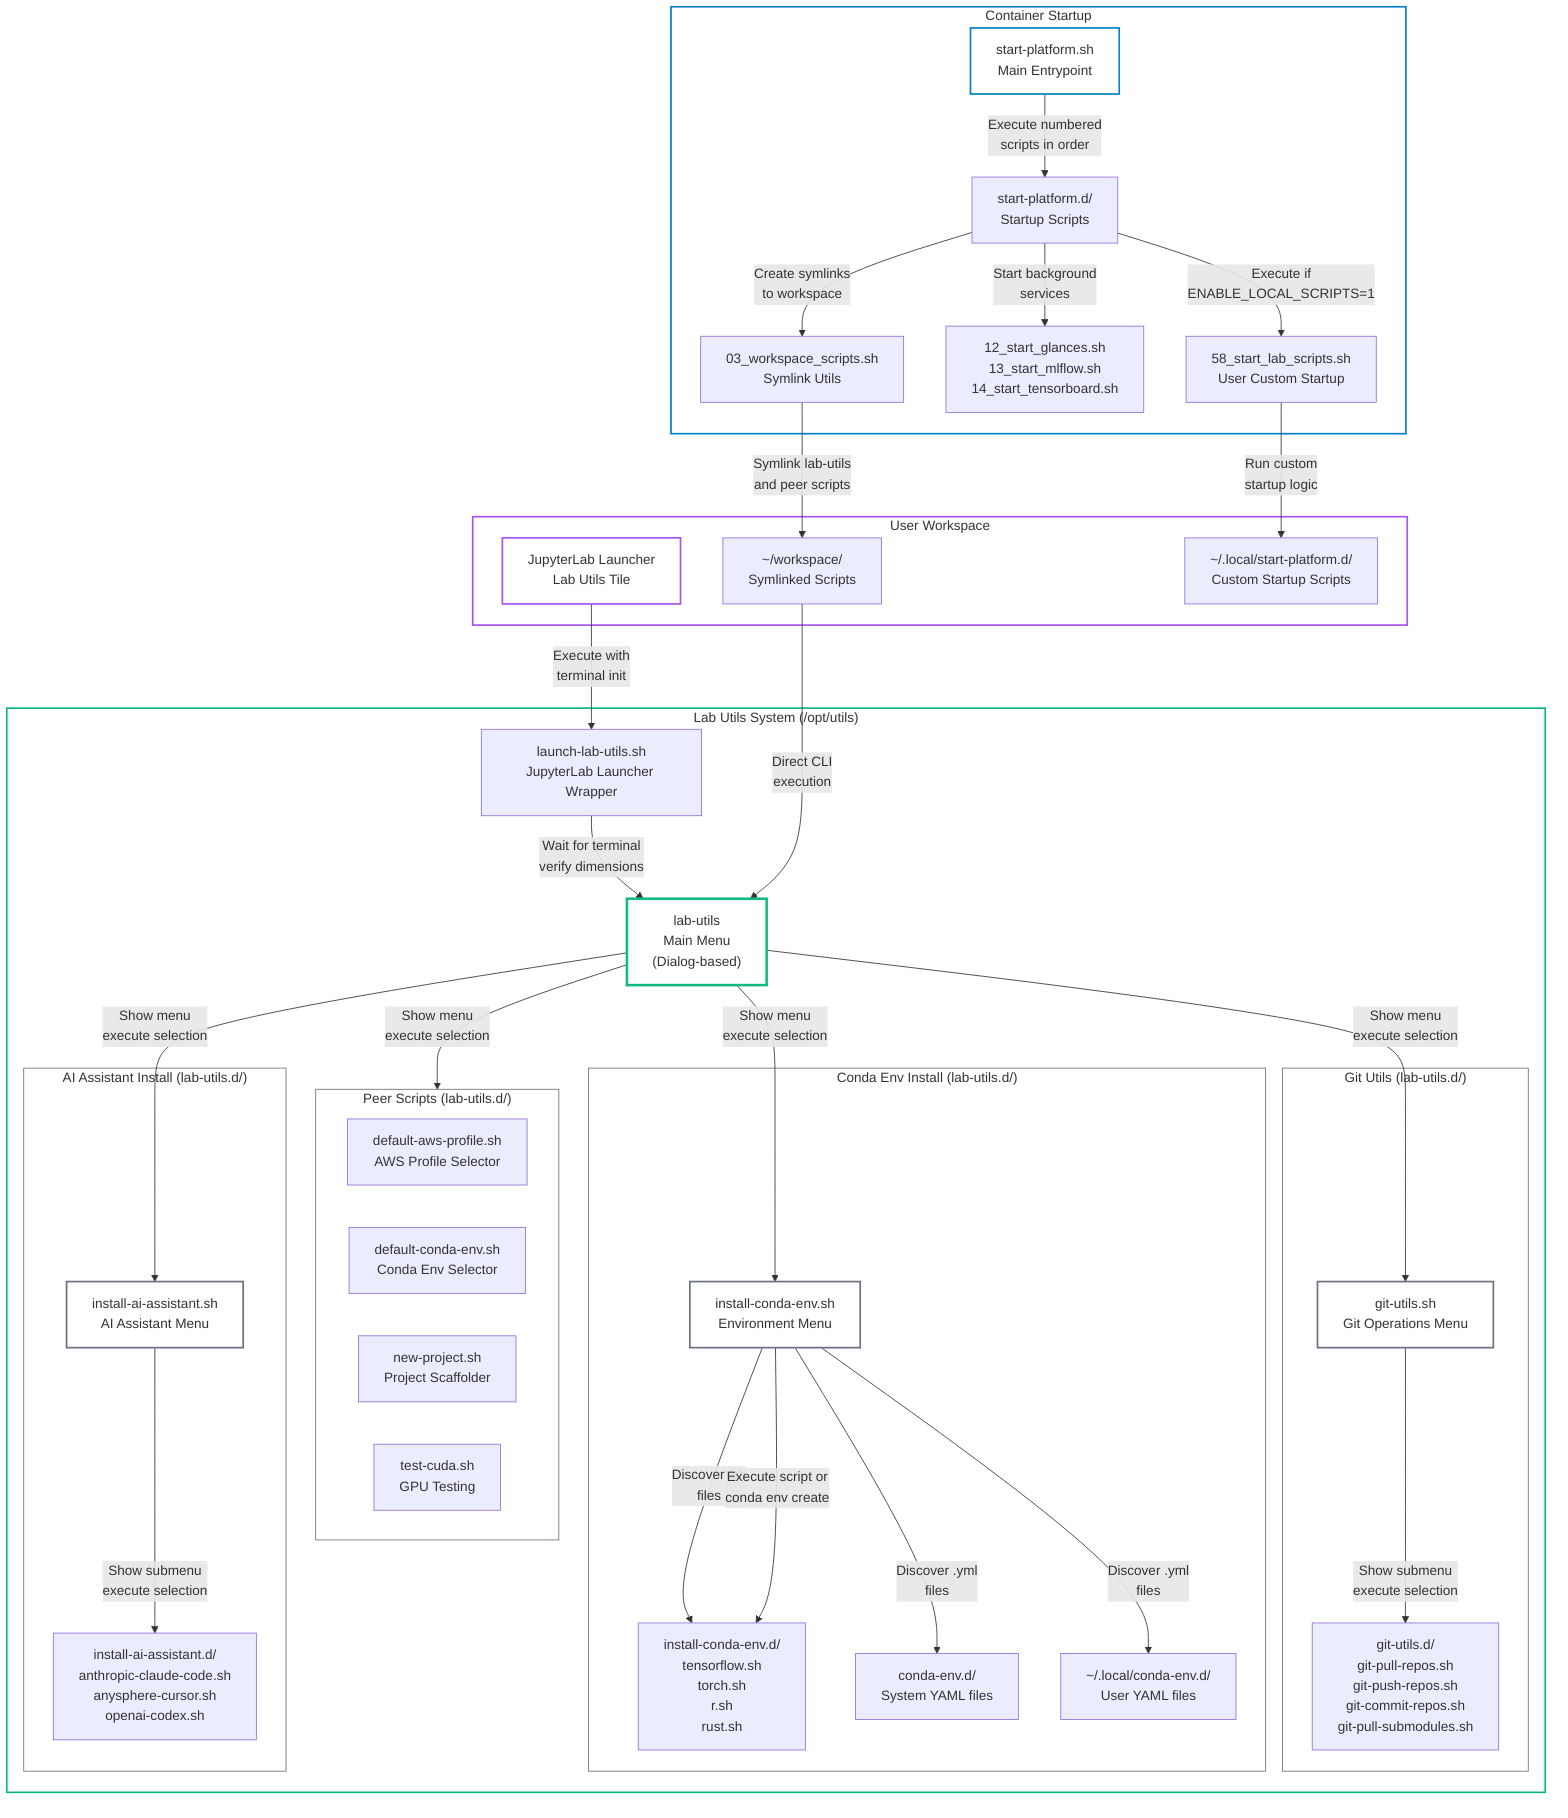
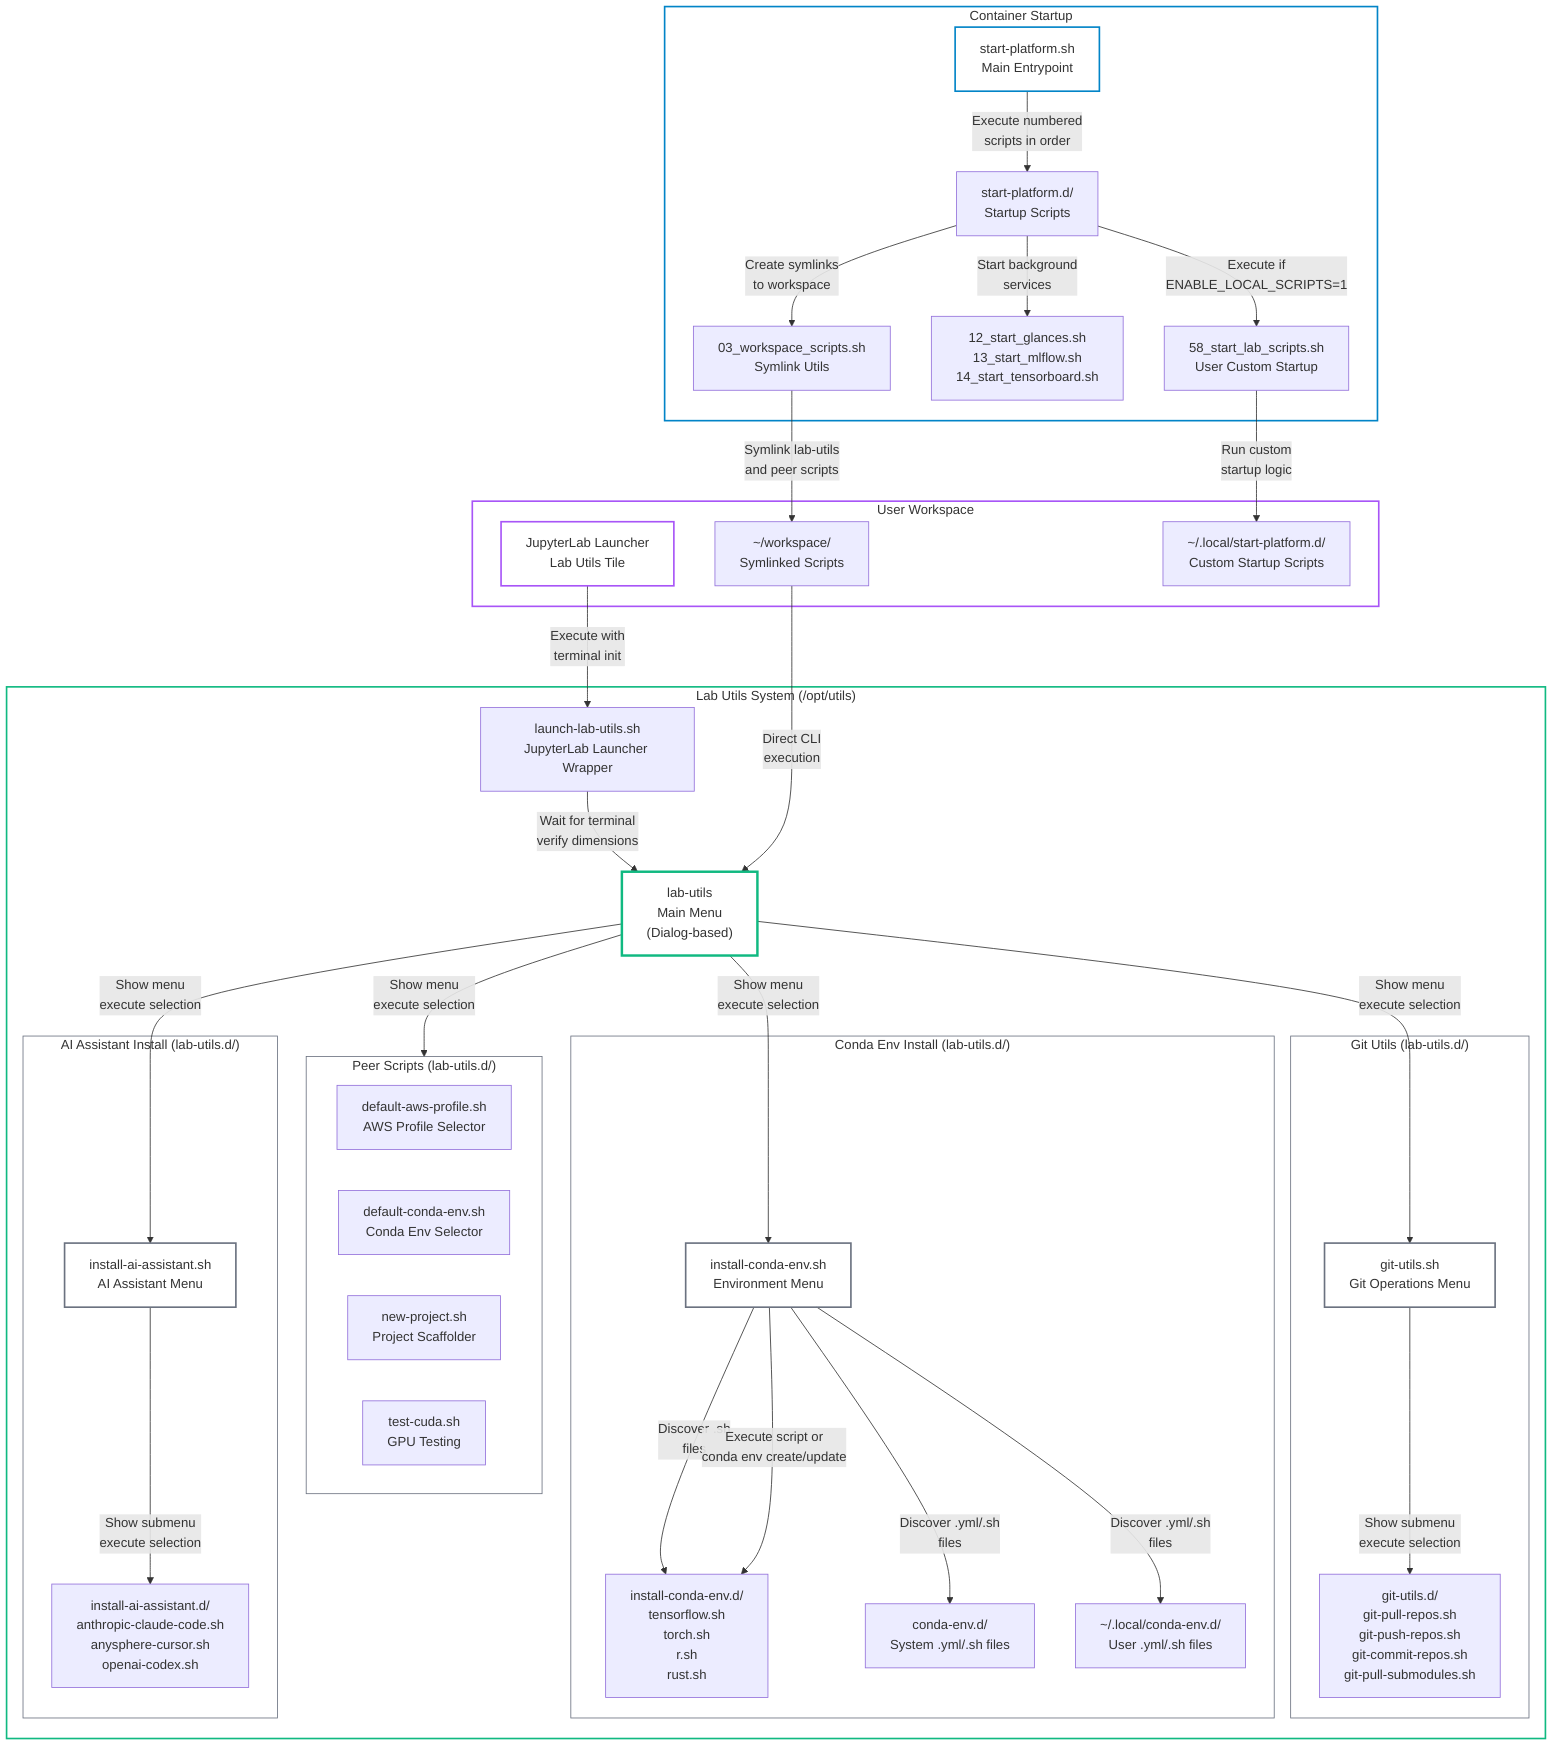
graph TB
    subgraph container["Container Startup"]
        start["start-platform.sh<br/>Main Entrypoint"]
        startup_scripts["start-platform.d/<br/>Startup Scripts"]

        workspace_scripts["03_workspace_scripts.sh<br/>Symlink Utils"]
        start_services["12_start_glances.sh<br/>13_start_mlflow.sh<br/>14_start_tensorboard.sh"]
        user_scripts["58_start_lab_scripts.sh<br/>User Custom Startup"]
    end

    subgraph utils["Lab Utils System (/opt/utils)"]
        lab_utils["lab-utils<br/>Main Menu<br/>(Dialog-based)"]
        launch_wrapper["launch-lab-utils.sh<br/>JupyterLab Launcher Wrapper"]

        subgraph peer_scripts["Peer Scripts (lab-utils.d/)"]
            aws_profile["default-aws-profile.sh<br/>AWS Profile Selector"]
            conda_env["default-conda-env.sh<br/>Conda Env Selector"]
            new_project["new-project.sh<br/>Project Scaffolder"]
            test_cuda["test-cuda.sh<br/>GPU Testing"]
        end

        subgraph git_menu["Git Utils (lab-utils.d/)"]
            git_runner["git-utils.sh<br/>Git Operations Menu"]
            git_scripts["git-utils.d/<br/>git-pull-repos.sh<br/>git-push-repos.sh<br/>git-commit-repos.sh<br/>git-pull-submodules.sh"]
        end

        subgraph conda_menu["Conda Env Install (lab-utils.d/)"]
            conda_runner["install-conda-env.sh<br/>Environment Menu"]
            conda_installers["install-conda-env.d/<br/>tensorflow.sh<br/>torch.sh<br/>r.sh<br/>rust.sh"]
-             conda_system["conda-env.d/<br/>System YAML files"]
-             conda_user["~/.local/conda-env.d/<br/>User YAML files"]
+             conda_system["conda-env.d/<br/>System .yml/.sh files"]
+             conda_user["~/.local/conda-env.d/<br/>User .yml/.sh files"]
        end

        subgraph ai_menu["AI Assistant Install (lab-utils.d/)"]
            ai_runner["install-ai-assistant.sh<br/>AI Assistant Menu"]
            ai_installers["install-ai-assistant.d/<br/>anthropic-claude-code.sh<br/>anysphere-cursor.sh<br/>openai-codex.sh"]
        end
    end

    subgraph user["User Workspace"]
        workspace["~/workspace/<br/>Symlinked Scripts"]
        launcher["JupyterLab Launcher<br/>Lab Utils Tile"]
        user_startup["~/.local/start-platform.d/<br/>Custom Startup Scripts"]
    end

    start -->|"Execute numbered<br/>scripts in order"| startup_scripts
    startup_scripts -->|"Start background<br/>services"| start_services
    startup_scripts -->|"Create symlinks<br/>to workspace"| workspace_scripts
    startup_scripts -->|"Execute if<br/>ENABLE_LOCAL_SCRIPTS=1"| user_scripts

    workspace_scripts -->|"Symlink lab-utils<br/>and peer scripts"| workspace
    user_scripts -->|"Run custom<br/>startup logic"| user_startup

    launcher -->|"Execute with<br/>terminal init"| launch_wrapper
    launch_wrapper -->|"Wait for terminal<br/>verify dimensions"| lab_utils
    workspace -->|"Direct CLI<br/>execution"| lab_utils

    lab_utils -->|"Show menu<br/>execute selection"| peer_scripts
    lab_utils -->|"Show menu<br/>execute selection"| git_runner
    lab_utils -->|"Show menu<br/>execute selection"| conda_runner
    lab_utils -->|"Show menu<br/>execute selection"| ai_runner

    git_runner -->|"Show submenu<br/>execute selection"| git_scripts

    conda_runner -->|"Discover .sh<br/>files"| conda_installers
-     conda_runner -->|"Discover .yml<br/>files"| conda_system
-     conda_runner -->|"Discover .yml<br/>files"| conda_user
-     conda_runner -->|"Execute script or<br/>conda env create"| conda_installers
+     conda_runner -->|"Discover .yml/.sh<br/>files"| conda_system
+     conda_runner -->|"Discover .yml/.sh<br/>files"| conda_user
+     conda_runner -->|"Execute script or<br/>conda env create/update"| conda_installers

    ai_runner -->|"Show submenu<br/>execute selection"| ai_installers

    style container fill:none,stroke:#0284c7,stroke-width:2px
    style utils fill:none,stroke:#10b981,stroke-width:2px
    style user fill:none,stroke:#a855f7,stroke-width:2px
    style peer_scripts fill:none,stroke:#6b7280,stroke-width:1px
    style git_menu fill:none,stroke:#6b7280,stroke-width:1px
    style conda_menu fill:none,stroke:#6b7280,stroke-width:1px
    style ai_menu fill:none,stroke:#6b7280,stroke-width:1px

    style start fill:none,stroke:#0284c7,stroke-width:2px
    style lab_utils fill:none,stroke:#10b981,stroke-width:3px
    style git_runner fill:none,stroke:#6b7280,stroke-width:2px
    style conda_runner fill:none,stroke:#6b7280,stroke-width:2px
    style ai_runner fill:none,stroke:#6b7280,stroke-width:2px
    style launcher fill:none,stroke:#a855f7,stroke-width:2px
